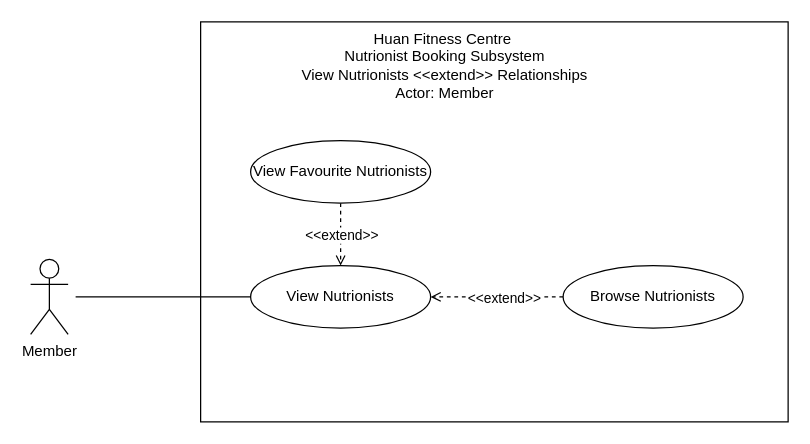
Before: page "Nutrionist Extend Relationship" (16 of 18) of diagrams/Use Case Diagram.drawio in iZ86/DIT2153WD, a draw.io diagram. Source tidied: cells renumbered, new cells numbered last; positions are measured from the earlier drawing's top-left corner, leaving out a move shared by most shapes. Both pictures are drawn from the tidied source at 125%, with x=0, y=0 at pixel (30, 21).
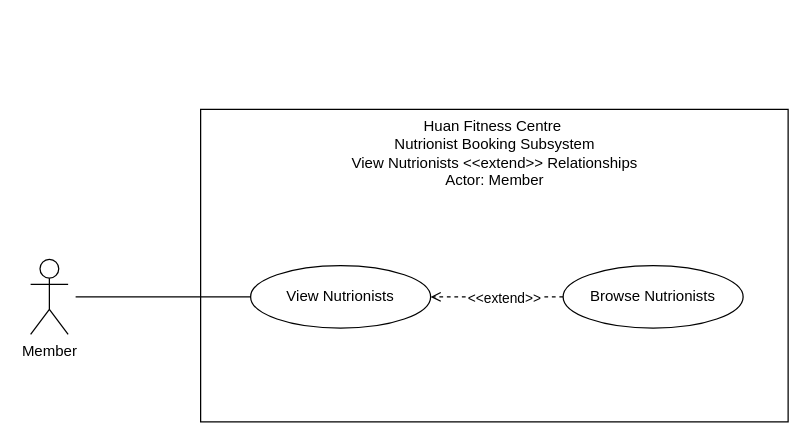
The same diagram, later.

Commit message:
Remove Favourite Nutrionists Use Case

The edit, as a diff of the source:
```diff
@@
 <mxGraphModel>
   <root>
     <mxCell id="0" />
     <mxCell id="1" parent="0" />
     <mxCell id="2" style="rounded=0;whiteSpace=wrap;html=1;" parent="1" vertex="1">
-      <mxGeometry x="136" width="470" height="320" as="geometry" />
+      <mxGeometry x="136" y="70" width="470" height="250" as="geometry" />
     </mxCell>
     <mxCell id="3" value="View Nutrionists" style="ellipse;whiteSpace=wrap;html=1;" parent="1" vertex="1">
       <mxGeometry x="176" y="195" width="144" height="50" as="geometry" />
     </mxCell>
     <mxCell id="4" value="&lt;div&gt;Huan Fitness Centre&amp;nbsp;&lt;/div&gt;&lt;div&gt;Nutrionist Booking Subsystem&lt;/div&gt;&lt;div&gt;View Nutrionists &amp;lt;&amp;lt;extend&amp;gt;&amp;gt; Relationships&lt;/div&gt;&lt;div&gt;Actor: Member&lt;br&gt;&lt;/div&gt;" style="text;html=1;align=center;verticalAlign=middle;strokeColor=none;fillColor=none;" parent="1" vertex="1">
-      <mxGeometry x="206" width="250" height="70" as="geometry" />
+      <mxGeometry x="246" y="70" width="250" height="70" as="geometry" />
     </mxCell>
     <mxCell id="5" style="rounded=0;jettySize=auto;html=1;entryX=0;entryY=0.5;entryDx=0;entryDy=0;endArrow=none;endFill=0;" parent="1" edge="1" target="3">
       <mxGeometry relative="1" as="geometry">
         <mxPoint x="36" y="220" as="sourcePoint" />
       </mxGeometry>
     </mxCell>
     <mxCell id="6" value="Member" style="shape=umlActor;verticalLabelPosition=bottom;verticalAlign=top;html=1;" parent="1" vertex="1">
       <mxGeometry y="190" width="30" height="60" as="geometry" />
     </mxCell>
-    <mxCell id="7" style="edgeStyle=orthogonalEdgeStyle;rounded=0;jettySize=auto;html=1;entryX=0.5;entryY=0;entryDx=0;entryDy=0;endArrow=open;endFill=0;dashed=1;" parent="1" edge="1" source="9" target="3">
-      <mxGeometry relative="1" as="geometry" />
-    </mxCell>
-    <mxCell id="8" value="&amp;lt;&amp;lt;extend&amp;gt;&amp;gt;" style="edgeLabel;html=1;align=center;verticalAlign=middle;" parent="7" vertex="1">
-      <mxGeometry x="-0.07" y="-1" relative="1" as="geometry">
-        <mxPoint x="1" y="2" as="offset" />
-      </mxGeometry>
-    </mxCell>
-    <mxCell id="9" value="View Favourite Nutrionists" style="ellipse;whiteSpace=wrap;html=1;" parent="1" vertex="1">
-      <mxGeometry x="176" y="95" width="144" height="50" as="geometry" />
-    </mxCell>
     <mxCell id="10" style="rounded=0;jettySize=auto;html=1;entryX=1;entryY=0.5;entryDx=0;entryDy=0;dashed=1;endArrow=open;endFill=0;" parent="1" edge="1" source="12" target="3">
       <mxGeometry relative="1" as="geometry" />
     </mxCell>
     <mxCell id="11" value="&amp;lt;&amp;lt;extend&amp;gt;&amp;gt;" style="edgeLabel;html=1;align=center;verticalAlign=middle;" parent="10" vertex="1">
       <mxGeometry x="-0.1" y="-2" relative="1" as="geometry">
         <mxPoint y="2" as="offset" />
       </mxGeometry>
     </mxCell>
     <mxCell id="12" value="Browse Nutrionists" style="ellipse;whiteSpace=wrap;html=1;" parent="1" vertex="1">
       <mxGeometry x="426" y="195" width="144" height="50" as="geometry" />
     </mxCell>
   </root>
 </mxGraphModel>
```
